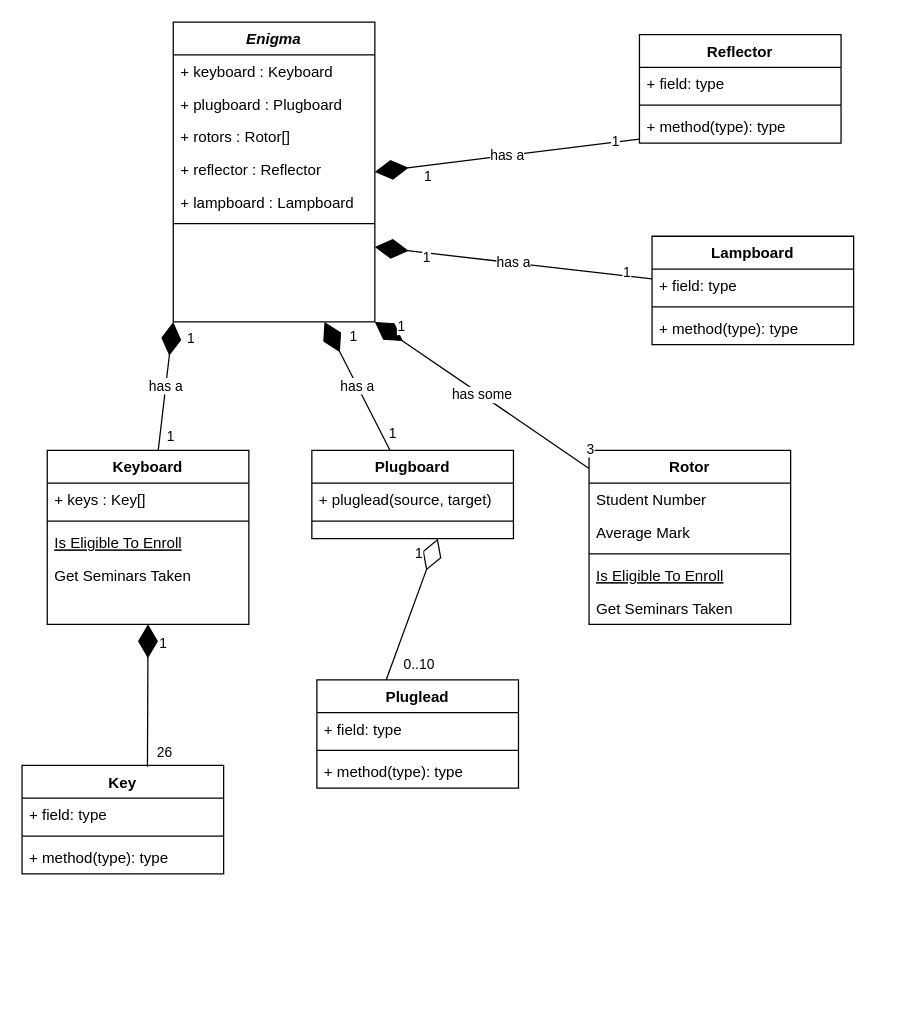
earlution/enigma-machine keeps this draw.io diagram as resources/charts/enigma_machine_class_diagram.drawio. Above is the earlier version. Source tidied: cells renumbered, new cells numbered last; positions are measured from the earlier drawing's top-left corner, leaving out a move shared by most shapes. Both pictures are drawn from the tidied source at 126%, with x=0, y=0 at pixel (21, 21).
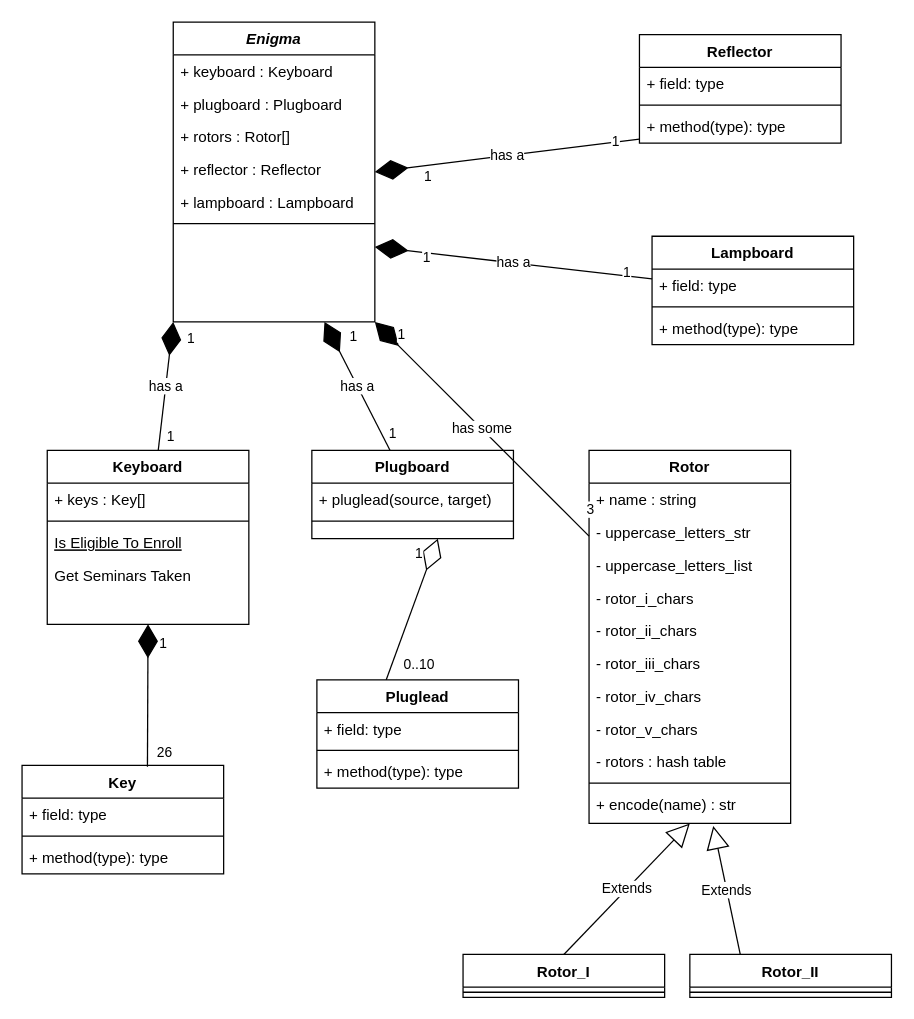
The same diagram, later.

Diff of the diagram source:
```diff
@@
     <mxCell id="23" value="Rotor" style="swimlane;fontStyle=1;align=center;verticalAlign=top;horizontal=1;startSize=26;rounded=0;shadow=0;strokeWidth=1;" parent="1" vertex="1">
-      <mxGeometry x="450" y="340" width="160" height="138" as="geometry" />
+      <mxGeometry x="450" y="340" width="160" height="296" as="geometry" />
     </mxCell>
-    <mxCell id="24" value="Student Number" style="text;align=left;verticalAlign=top;spacingLeft=4;spacingRight=4;overflow=hidden;" parent="23" vertex="1">
+    <mxCell id="24" value="+ name : string" style="text;align=left;verticalAlign=top;spacingLeft=4;spacingRight=4;overflow=hidden;" parent="23" vertex="1">
       <mxGeometry y="26" width="160" height="26" as="geometry" />
     </mxCell>
-    <mxCell id="25" value="Average Mark" style="text;align=left;verticalAlign=top;spacingLeft=4;spacingRight=4;overflow=hidden;rounded=0;shadow=0;html=0;" parent="23" vertex="1">
+    <mxCell id="25" value="- uppercase_letters_str" style="text;align=left;verticalAlign=top;spacingLeft=4;spacingRight=4;overflow=hidden;rounded=0;shadow=0;html=0;" parent="23" vertex="1">
       <mxGeometry y="52" width="160" height="26" as="geometry" />
     </mxCell>
+    <mxCell id="60" value="- uppercase_letters_list" style="text;align=left;verticalAlign=top;spacingLeft=4;spacingRight=4;overflow=hidden;rounded=0;shadow=0;html=0;" parent="23" vertex="1">
+      <mxGeometry y="78" width="160" height="26" as="geometry" />
+    </mxCell>
+    <mxCell id="61" value="- rotor_i_chars" style="text;align=left;verticalAlign=top;spacingLeft=4;spacingRight=4;overflow=hidden;rounded=0;shadow=0;html=0;" parent="23" vertex="1">
+      <mxGeometry y="104" width="160" height="26" as="geometry" />
+    </mxCell>
+    <mxCell id="62" value="- rotor_ii_chars" style="text;align=left;verticalAlign=top;spacingLeft=4;spacingRight=4;overflow=hidden;rounded=0;shadow=0;html=0;" parent="23" vertex="1">
+      <mxGeometry y="130" width="160" height="26" as="geometry" />
+    </mxCell>
+    <mxCell id="63" value="- rotor_iii_chars" style="text;align=left;verticalAlign=top;spacingLeft=4;spacingRight=4;overflow=hidden;rounded=0;shadow=0;html=0;" parent="23" vertex="1">
+      <mxGeometry y="156" width="160" height="26" as="geometry" />
+    </mxCell>
+    <mxCell id="64" value="- rotor_iv_chars" style="text;align=left;verticalAlign=top;spacingLeft=4;spacingRight=4;overflow=hidden;rounded=0;shadow=0;html=0;" parent="23" vertex="1">
+      <mxGeometry y="182" width="160" height="26" as="geometry" />
+    </mxCell>
+    <mxCell id="65" value="- rotor_v_chars" style="text;align=left;verticalAlign=top;spacingLeft=4;spacingRight=4;overflow=hidden;rounded=0;shadow=0;html=0;" parent="23" vertex="1">
+      <mxGeometry y="208" width="160" height="26" as="geometry" />
+    </mxCell>
+    <mxCell id="66" value="- rotors : hash table" style="text;align=left;verticalAlign=top;spacingLeft=4;spacingRight=4;overflow=hidden;rounded=0;shadow=0;html=0;" parent="23" vertex="1">
+      <mxGeometry y="234" width="160" height="26" as="geometry" />
+    </mxCell>
     <mxCell id="26" style="line;html=1;strokeWidth=1;align=left;verticalAlign=middle;spacingTop=-1;spacingLeft=3;spacingRight=3;labelPosition=right;" parent="23" vertex="1">
-      <mxGeometry y="78" width="160" height="8" as="geometry" />
+      <mxGeometry y="260" width="160" height="8" as="geometry" />
     </mxCell>
-    <mxCell id="27" value="Is Eligible To Enroll" style="text;align=left;verticalAlign=top;spacingLeft=4;spacingRight=4;overflow=hidden;fontStyle=4;" parent="23" vertex="1">
-      <mxGeometry y="86" width="160" height="26" as="geometry" />
-    </mxCell>
-    <mxCell id="28" value="Get Seminars Taken" style="text;align=left;verticalAlign=top;spacingLeft=4;spacingRight=4;overflow=hidden;" parent="23" vertex="1">
-      <mxGeometry y="112" width="160" height="26" as="geometry" />
-    </mxCell>
+    <mxCell id="67" value="+ encode(name) : str" style="text;align=left;verticalAlign=top;spacingLeft=4;spacingRight=4;overflow=hidden;points=[[0,0.5],[1,0.5]];portConstraint=eastwest;rounded=0;shadow=0;html=0;" parent="23" vertex="1">
+      <mxGeometry y="268" width="160" height="26" as="geometry" />
+    </mxCell>
@@
+    <mxCell id="68" value="Rotor_I" style="swimlane;fontStyle=1;align=center;verticalAlign=top;horizontal=1;startSize=26;" parent="1" vertex="1">
+      <mxGeometry x="350" y="740" width="160" height="34" as="geometry" />
+    </mxCell>
+    <mxCell id="69" style="line;strokeWidth=1;fillColor=none;align=left;verticalAlign=middle;spacingTop=-1;spacingLeft=3;spacingRight=3;labelPosition=right;" parent="68" vertex="1">
+      <mxGeometry y="26" width="160" height="8" as="geometry" />
+    </mxCell>
+    <mxCell id="70" value="Extends" style="endArrow=block;endSize=16;endFill=0;html=1;rounded=0;entryX=0.5;entryY=1;entryDx=0;entryDy=0;exitX=0.5;exitY=0;exitDx=0;exitDy=0;" parent="1" edge="1" source="68" target="23">
+      <mxGeometry relative="1" as="geometry" />
+    </mxCell>
+    <mxCell id="71" value="Rotor_II" style="swimlane;fontStyle=1;align=center;verticalAlign=top;horizontal=1;startSize=26;" parent="1" vertex="1">
+      <mxGeometry x="530" y="740" width="160" height="34" as="geometry" />
+    </mxCell>
+    <mxCell id="72" style="line;strokeWidth=1;fillColor=none;align=left;verticalAlign=middle;spacingTop=-1;spacingLeft=3;spacingRight=3;labelPosition=right;" parent="71" vertex="1">
+      <mxGeometry y="26" width="160" height="8" as="geometry" />
+    </mxCell>
+    <mxCell id="73" value="Extends" style="endArrow=block;endSize=16;endFill=0;html=1;rounded=0;entryX=0.616;entryY=1.154;entryDx=0;entryDy=0;exitX=0.25;exitY=0;exitDx=0;exitDy=0;entryPerimeter=0;" parent="1" edge="1" source="71" target="67">
+      <mxGeometry relative="1" as="geometry" />
+    </mxCell>
```
